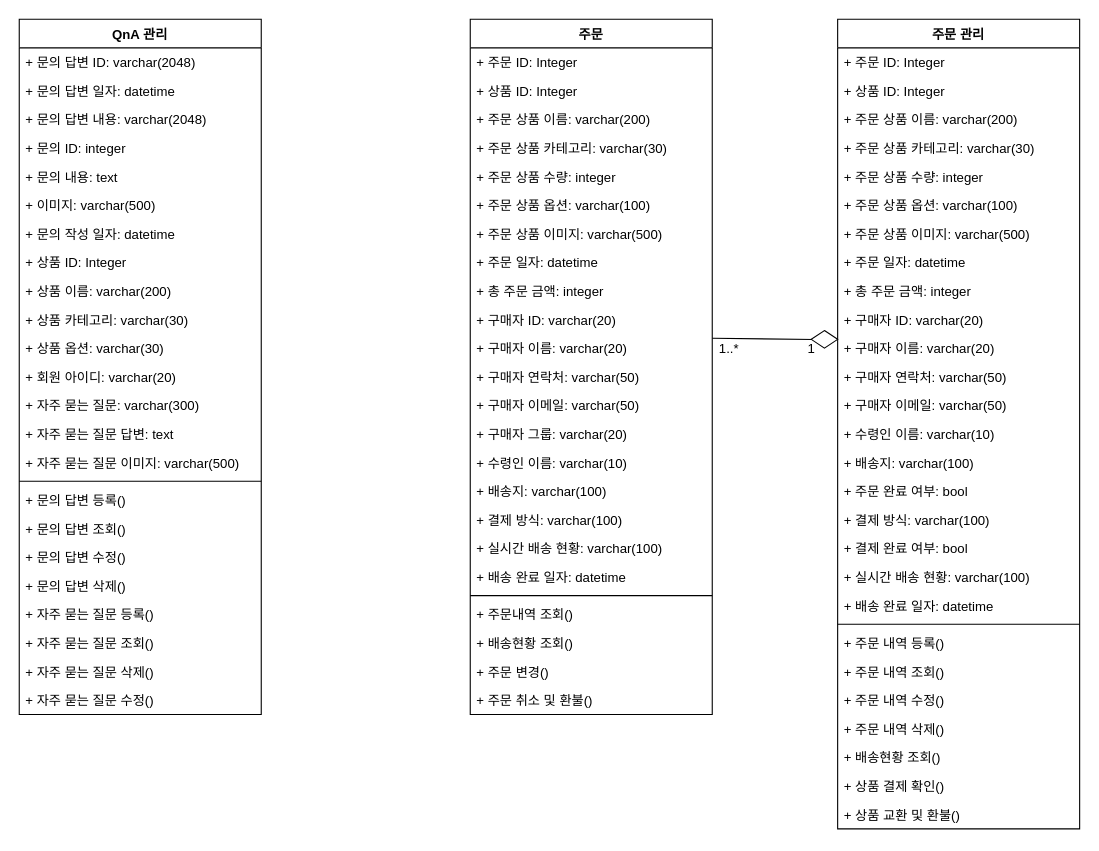
Earlier version of the draw.io diagram Untitled Diagram.drawio (itsdam/go). Source tidied: cells renumbered, new cells numbered last; positions are measured from the earlier drawing's top-left corner, leaving out a move shared by most shapes. Both pictures are drawn from the tidied source at 110%, with x=0, y=0 at pixel (19, 19).
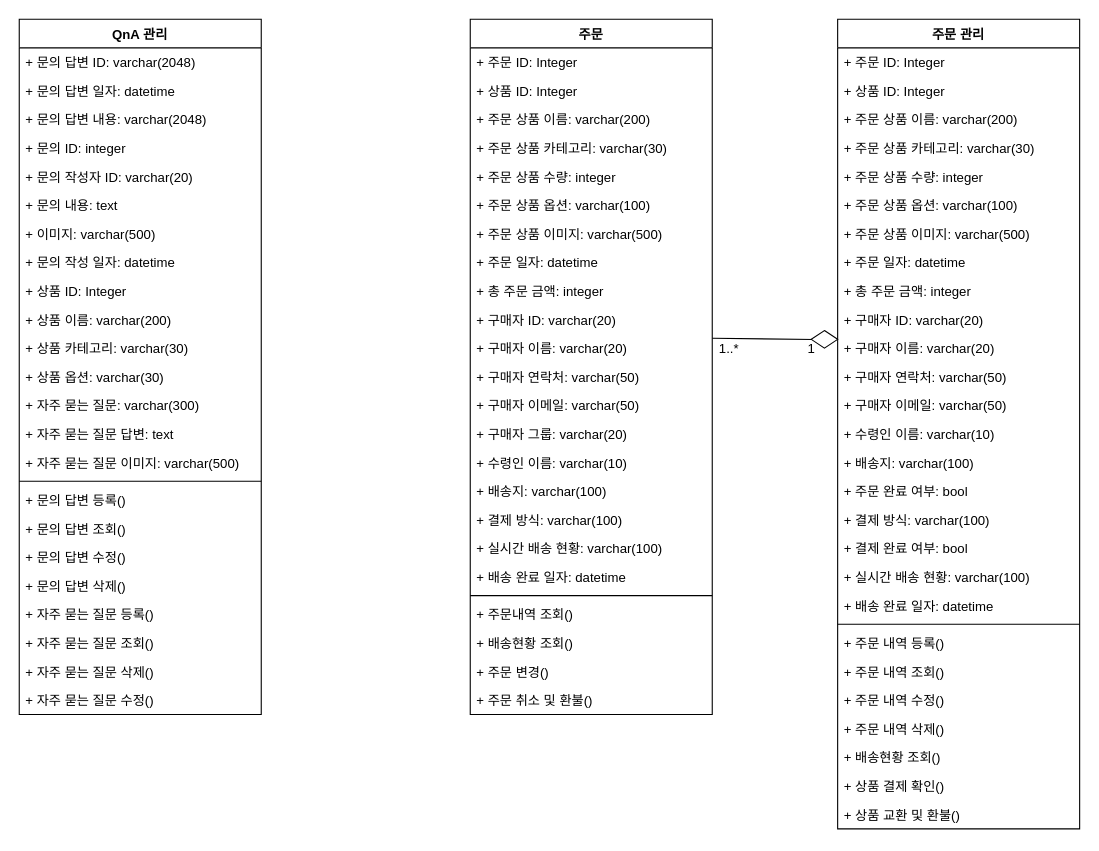
Above is the later version.

The change refers to these unchanged cells:
```xml
<mxCell id="2" value="QnA 관리" style="swimlane;fontStyle=1;align=center;verticalAlign=top;horizontal=1;startSize=26;" parent="1" vertex="1">
  <mxGeometry width="220" height="632" as="geometry" />
</mxCell>
```

Change to the diagram source:
```diff
@@
+    <mxCell id="14" value="+ 문의 작성자 ID: varchar(20)" style="text;strokeColor=none;fillColor=none;align=left;verticalAlign=top;spacingLeft=4;spacingRight=4;overflow=hidden;" parent="2" vertex="1">
+      <mxGeometry y="130" width="220" height="26" as="geometry" />
+    </mxCell>
     <mxCell id="7" value="+ 문의 내용: text" style="text;strokeColor=none;fillColor=none;align=left;verticalAlign=top;spacingLeft=4;spacingRight=4;overflow=hidden;" parent="2" vertex="1">
-      <mxGeometry y="130" width="220" height="26" as="geometry" />
+      <mxGeometry y="156" width="220" height="26" as="geometry" />
     </mxCell>
     <mxCell id="8" value="+ 이미지: varchar(500)" style="text;strokeColor=none;fillColor=none;align=left;verticalAlign=top;spacingLeft=4;spacingRight=4;overflow=hidden;" parent="2" vertex="1">
-      <mxGeometry y="156" width="220" height="26" as="geometry" />
+      <mxGeometry y="182" width="220" height="26" as="geometry" />
     </mxCell>
     <mxCell id="9" value="+ 문의 작성 일자: datetime" style="text;strokeColor=none;fillColor=none;align=left;verticalAlign=top;spacingLeft=4;spacingRight=4;overflow=hidden;" parent="2" vertex="1">
-      <mxGeometry y="182" width="220" height="26" as="geometry" />
+      <mxGeometry y="208" width="220" height="26" as="geometry" />
     </mxCell>
     <mxCell id="10" value="+ 상품 ID: Integer" style="text;strokeColor=none;fillColor=none;align=left;verticalAlign=top;spacingLeft=4;spacingRight=4;overflow=hidden;" parent="2" vertex="1">
-      <mxGeometry y="208" width="220" height="26" as="geometry" />
+      <mxGeometry y="234" width="220" height="26" as="geometry" />
     </mxCell>
     <mxCell id="11" value="+ 상품 이름: varchar(200)" style="text;strokeColor=none;fillColor=none;align=left;verticalAlign=top;spacingLeft=4;spacingRight=4;overflow=hidden;" parent="2" vertex="1">
-      <mxGeometry y="234" width="220" height="26" as="geometry" />
+      <mxGeometry y="260" width="220" height="26" as="geometry" />
     </mxCell>
     <mxCell id="12" value="+ 상품 카테고리: varchar(30)" style="text;strokeColor=none;fillColor=none;align=left;verticalAlign=top;spacingLeft=4;spacingRight=4;overflow=hidden;" parent="2" vertex="1">
-      <mxGeometry y="260" width="220" height="26" as="geometry" />
+      <mxGeometry y="286" width="220" height="26" as="geometry" />
     </mxCell>
     <mxCell id="13" value="+ 상품 옵션: varchar(30)" style="text;strokeColor=none;fillColor=none;align=left;verticalAlign=top;spacingLeft=4;spacingRight=4;overflow=hidden;" parent="2" vertex="1">
-      <mxGeometry y="286" width="220" height="26" as="geometry" />
+      <mxGeometry y="312" width="220" height="26" as="geometry" />
     </mxCell>
-    <mxCell id="14" value="+ 회원 아이디: varchar(20)" style="text;strokeColor=none;fillColor=none;align=left;verticalAlign=top;spacingLeft=4;spacingRight=4;overflow=hidden;" parent="2" vertex="1">
-      <mxGeometry y="312" width="220" height="26" as="geometry" />
-    </mxCell>
```
